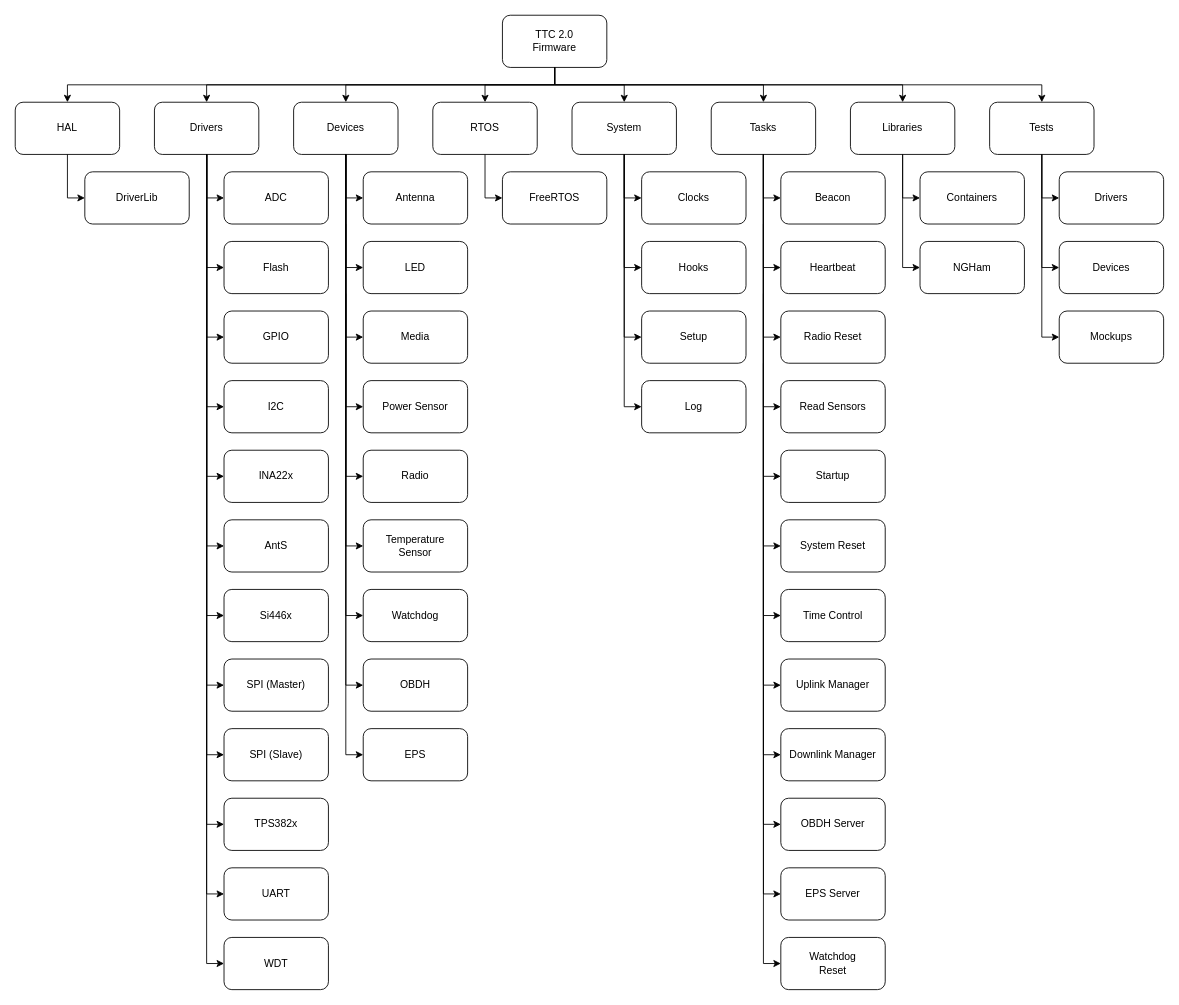
Above: doc/user_manual/figures/product-tree-fw.drawio in spacelab-ufsc/ttc2 (draw.io), before the change. Source tidied: cells renumbered, new cells numbered last; positions are measured from the earlier drawing's top-left corner, leaving out a move shared by most shapes. Both pictures are drawn from the tidied source at 87%, with x=0, y=0 at pixel (15, 15).
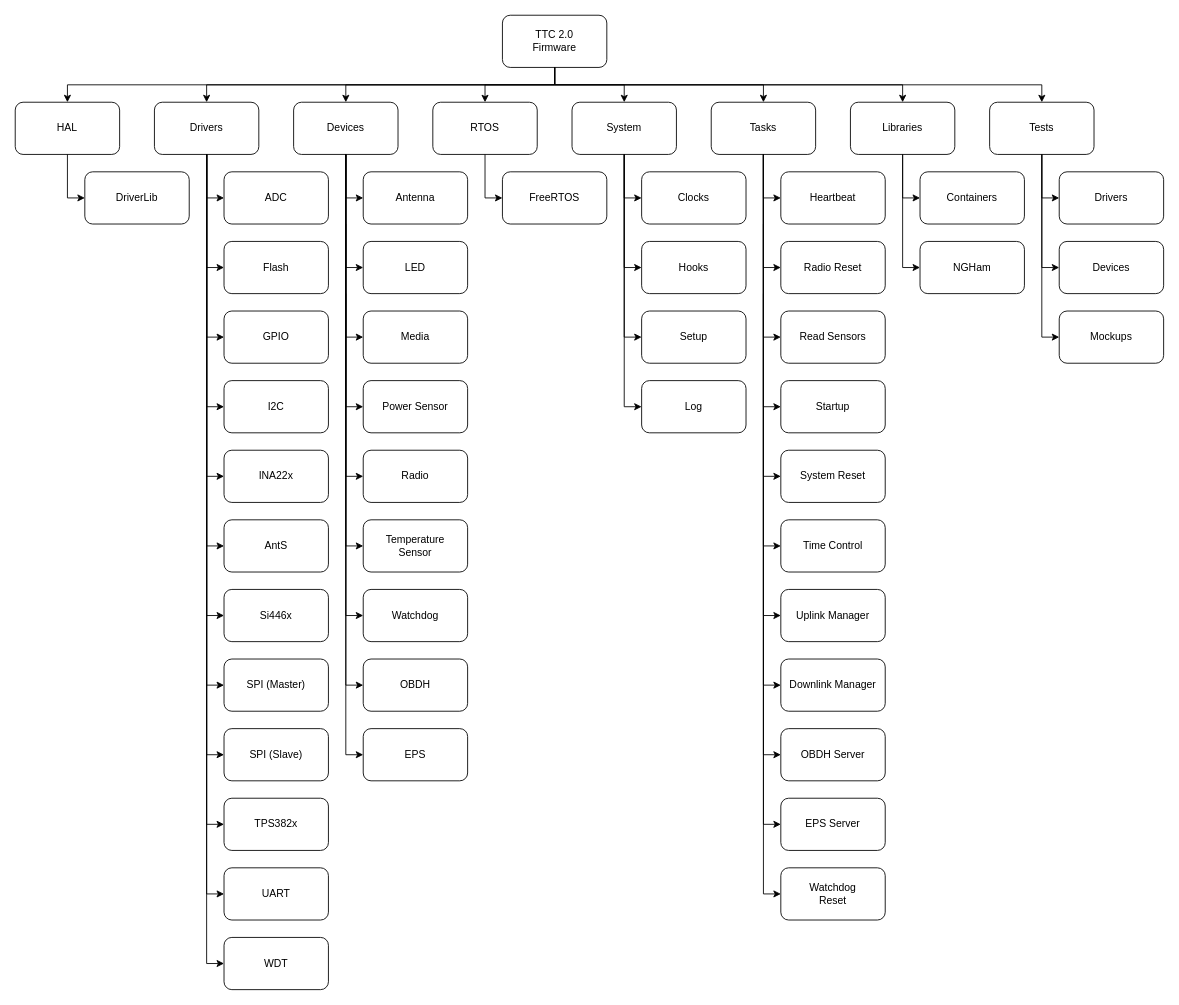
Above is the later version.

Change to the diagram source:
```diff
@@
-    <mxCell id="36" value="Beacon" style="rounded=1;whiteSpace=wrap;html=1;" parent="1" vertex="1">
-      <mxGeometry x="880" y="180" width="120" height="60" as="geometry" />
-    </mxCell>
     <mxCell id="37" value="Heartbeat" style="rounded=1;whiteSpace=wrap;html=1;" parent="1" vertex="1">
-      <mxGeometry x="880" y="260" width="120" height="60" as="geometry" />
+      <mxGeometry x="880" y="180" width="120" height="60" as="geometry" />
     </mxCell>
     <mxCell id="38" value="Radio Reset" style="rounded=1;whiteSpace=wrap;html=1;" parent="1" vertex="1">
-      <mxGeometry x="880" y="340" width="120" height="60" as="geometry" />
+      <mxGeometry x="880" y="260" width="120" height="60" as="geometry" />
     </mxCell>
     <mxCell id="39" value="Read Sensors" style="rounded=1;whiteSpace=wrap;html=1;" parent="1" vertex="1">
-      <mxGeometry x="880" y="420" width="120" height="60" as="geometry" />
+      <mxGeometry x="880" y="340" width="120" height="60" as="geometry" />
     </mxCell>
     <mxCell id="40" value="Startup" style="rounded=1;whiteSpace=wrap;html=1;" parent="1" vertex="1">
-      <mxGeometry x="880" y="500" width="120" height="60" as="geometry" />
+      <mxGeometry x="880" y="420" width="120" height="60" as="geometry" />
     </mxCell>
     <mxCell id="41" value="System Reset" style="rounded=1;whiteSpace=wrap;html=1;" parent="1" vertex="1">
-      <mxGeometry x="880" y="580" width="120" height="60" as="geometry" />
+      <mxGeometry x="880" y="500" width="120" height="60" as="geometry" />
     </mxCell>
     <mxCell id="42" value="Time Control" style="rounded=1;whiteSpace=wrap;html=1;" parent="1" vertex="1">
-      <mxGeometry x="880" y="660" width="120" height="60" as="geometry" />
+      <mxGeometry x="880" y="580" width="120" height="60" as="geometry" />
     </mxCell>
     <mxCell id="43" value="Uplink Manager" style="rounded=1;whiteSpace=wrap;html=1;" parent="1" vertex="1">
-      <mxGeometry x="880" y="740" width="120" height="60" as="geometry" />
+      <mxGeometry x="880" y="660" width="120" height="60" as="geometry" />
     </mxCell>
     <mxCell id="44" value="Downlink Manager" style="rounded=1;whiteSpace=wrap;html=1;" parent="1" vertex="1">
-      <mxGeometry x="880" y="820" width="120" height="60" as="geometry" />
+      <mxGeometry x="880" y="740" width="120" height="60" as="geometry" />
     </mxCell>
@@
     <mxCell id="97" value="&lt;div&gt;OBDH Server&lt;/div&gt;" style="rounded=1;whiteSpace=wrap;html=1;" parent="1" vertex="1">
-      <mxGeometry x="880" y="900" width="120" height="60" as="geometry" />
+      <mxGeometry x="880" y="820" width="120" height="60" as="geometry" />
     </mxCell>
     <mxCell id="98" value="EPS Server" style="rounded=1;whiteSpace=wrap;html=1;" parent="1" vertex="1">
-      <mxGeometry x="880" y="980" width="120" height="60" as="geometry" />
+      <mxGeometry x="880" y="900" width="120" height="60" as="geometry" />
     </mxCell>
     <mxCell id="99" value="Watchdog&lt;br&gt;Reset" style="rounded=1;whiteSpace=wrap;html=1;" parent="1" vertex="1">
-      <mxGeometry x="880" y="1060" width="120" height="60" as="geometry" />
+      <mxGeometry x="880" y="980" width="120" height="60" as="geometry" />
     </mxCell>
@@
-    <mxCell id="106" style="endArrow=classic;html=1;rounded=0;entryX=0;entryY=0.5;entryDx=0;entryDy=0;exitX=0.5;exitY=1;exitDx=0;exitDy=0;" parent="1" edge="1">
-      <mxGeometry relative="1" as="geometry">
-        <mxPoint x="860" y="400" as="sourcePoint" />
-        <mxPoint x="880" y="1090" as="targetPoint" />
-        <Array as="points">
-          <mxPoint x="860" y="1090" />
-        </Array>
-      </mxGeometry>
-    </mxCell>
```
